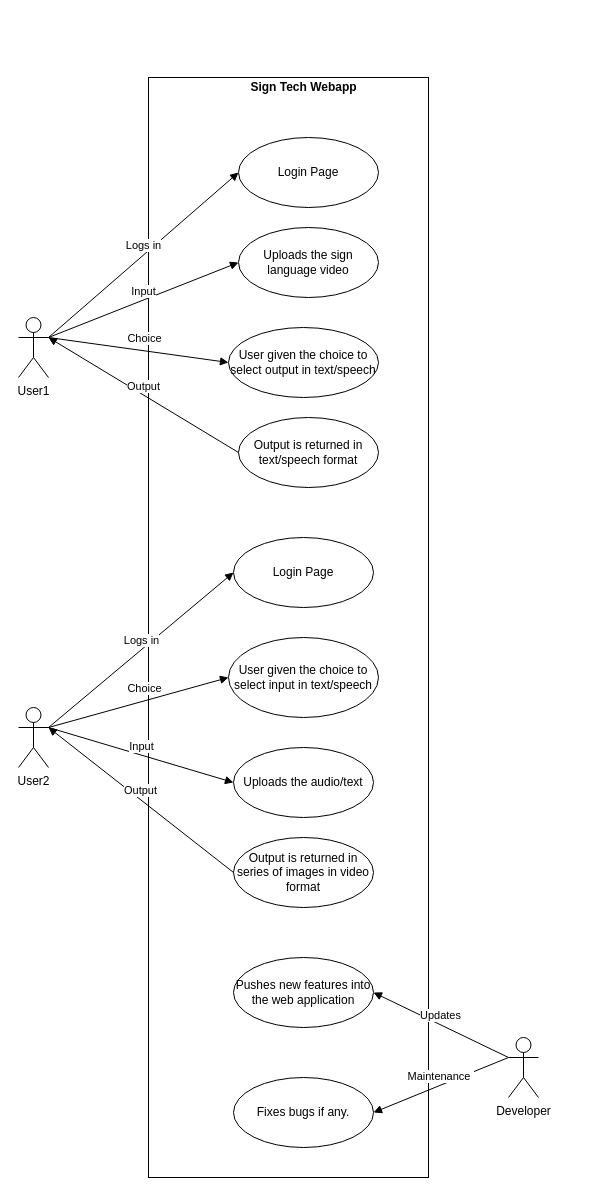
YatinBajajOP/SEPM keeps this draw.io diagram as page "Use Case diagram" (6 of 6) of Sign language detection project SDLC.drawio. Above is the earlier version. Source tidied: cells renumbered, new cells numbered last; positions are measured from the earlier drawing's top-left corner, leaving out a move shared by most shapes. Both pictures are drawn from the tidied source at 100%, with x=0, y=0 at pixel (18, 77).
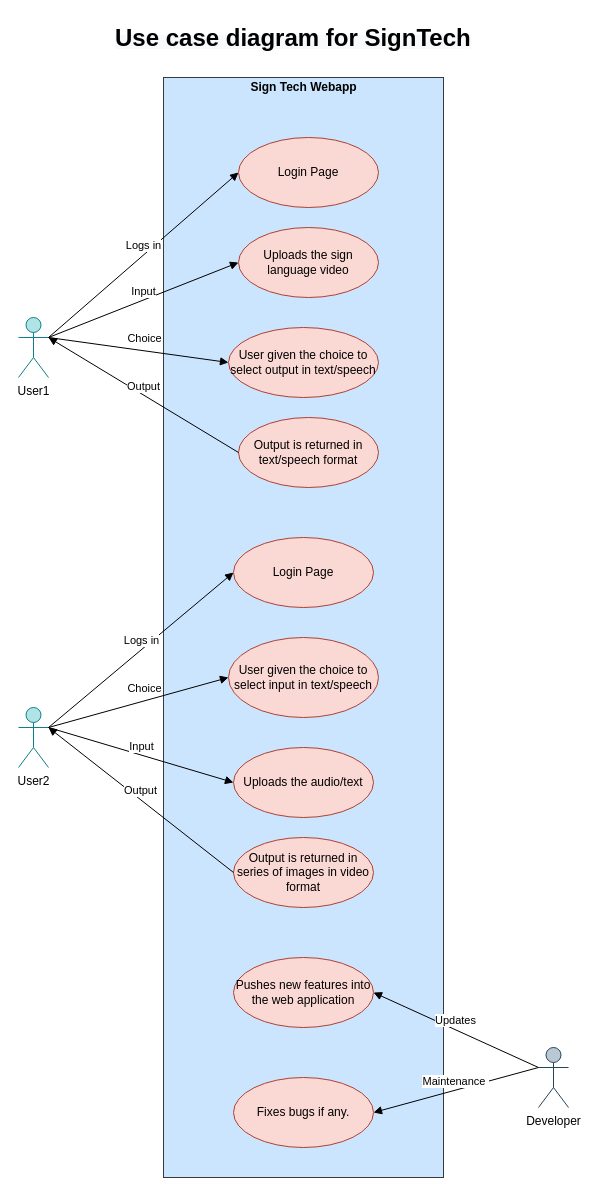
The same page after the edit.

What changed in the source:
```diff
@@
-    <mxCell id="2" style="html=1;" parent="1" vertex="1">
-      <mxGeometry x="130" width="280" height="1100" as="geometry" />
+    <mxCell id="2" style="html=1;fillColor=#cce5ff;strokeColor=#36393d;" parent="1" vertex="1">
+      <mxGeometry x="145" width="280" height="1100" as="geometry" />
     </mxCell>
-    <mxCell id="3" value="User1" style="shape=umlActor;verticalLabelPosition=bottom;verticalAlign=top;html=1;outlineConnect=0;" parent="1" vertex="1">
+    <mxCell id="3" value="User1" style="shape=umlActor;verticalLabelPosition=bottom;verticalAlign=top;html=1;outlineConnect=0;fillColor=#b0e3e6;strokeColor=#0e8088;" parent="1" vertex="1">
       <mxGeometry y="240" width="30" height="60" as="geometry" />
     </mxCell>
@@
-    <mxCell id="5" value="Login Page" style="ellipse;whiteSpace=wrap;html=1;" parent="1" vertex="1">
+    <mxCell id="5" value="Login Page" style="ellipse;whiteSpace=wrap;html=1;fillColor=#fad9d5;strokeColor=#ae4132;" parent="1" vertex="1">
       <mxGeometry x="220" y="60" width="140" height="70" as="geometry" />
     </mxCell>
-    <mxCell id="6" value="Uploads the sign language video" style="ellipse;whiteSpace=wrap;html=1;" parent="1" vertex="1">
+    <mxCell id="6" value="Uploads the sign language video" style="ellipse;whiteSpace=wrap;html=1;fillColor=#fad9d5;strokeColor=#ae4132;" parent="1" vertex="1">
       <mxGeometry x="220" y="150" width="140" height="70" as="geometry" />
     </mxCell>
-    <mxCell id="7" value="Output is returned in text/speech format" style="ellipse;whiteSpace=wrap;html=1;" parent="1" vertex="1">
+    <mxCell id="7" value="Output is returned in text/speech format" style="ellipse;whiteSpace=wrap;html=1;fillColor=#fad9d5;strokeColor=#ae4132;" parent="1" vertex="1">
       <mxGeometry x="220" y="340" width="140" height="70" as="geometry" />
     </mxCell>
-    <mxCell id="8" value="User given the choice to select output in text/speech" style="ellipse;whiteSpace=wrap;html=1;" parent="1" vertex="1">
+    <mxCell id="8" value="User given the choice to select output in text/speech" style="ellipse;whiteSpace=wrap;html=1;fillColor=#fad9d5;strokeColor=#ae4132;" parent="1" vertex="1">
       <mxGeometry x="210" y="250" width="150" height="70" as="geometry" />
     </mxCell>
@@
-    <mxCell id="13" value="User2" style="shape=umlActor;verticalLabelPosition=bottom;verticalAlign=top;html=1;outlineConnect=0;" parent="1" vertex="1">
+    <mxCell id="13" value="User2" style="shape=umlActor;verticalLabelPosition=bottom;verticalAlign=top;html=1;outlineConnect=0;fillColor=#b0e3e6;strokeColor=#0e8088;" parent="1" vertex="1">
       <mxGeometry y="630" width="30" height="60" as="geometry" />
     </mxCell>
-    <mxCell id="14" value="Login Page" style="ellipse;whiteSpace=wrap;html=1;" parent="1" vertex="1">
+    <mxCell id="14" value="Login Page" style="ellipse;whiteSpace=wrap;html=1;fillColor=#fad9d5;strokeColor=#ae4132;" parent="1" vertex="1">
       <mxGeometry x="215" y="460" width="140" height="70" as="geometry" />
     </mxCell>
-    <mxCell id="15" value="Uploads the audio/text" style="ellipse;whiteSpace=wrap;html=1;" parent="1" vertex="1">
+    <mxCell id="15" value="Uploads the audio/text" style="ellipse;whiteSpace=wrap;html=1;fillColor=#fad9d5;strokeColor=#ae4132;" parent="1" vertex="1">
       <mxGeometry x="215" y="670" width="140" height="70" as="geometry" />
     </mxCell>
-    <mxCell id="16" value="Output is returned in series of images in video format" style="ellipse;whiteSpace=wrap;html=1;" parent="1" vertex="1">
+    <mxCell id="16" value="Output is returned in series of images in video format" style="ellipse;whiteSpace=wrap;html=1;fillColor=#fad9d5;strokeColor=#ae4132;" parent="1" vertex="1">
       <mxGeometry x="215" y="760" width="140" height="70" as="geometry" />
     </mxCell>
-    <mxCell id="17" value="User given the choice to select input in text/speech" style="ellipse;whiteSpace=wrap;html=1;" parent="1" vertex="1">
+    <mxCell id="17" value="User given the choice to select input in text/speech" style="ellipse;whiteSpace=wrap;html=1;fillColor=#fad9d5;strokeColor=#ae4132;" parent="1" vertex="1">
       <mxGeometry x="210" y="560" width="150" height="80" as="geometry" />
     </mxCell>
@@
-    <mxCell id="22" value="Developer" style="shape=umlActor;verticalLabelPosition=bottom;verticalAlign=top;html=1;" parent="1" vertex="1">
-      <mxGeometry x="490" y="960" width="30" height="60" as="geometry" />
+    <mxCell id="22" value="Developer" style="shape=umlActor;verticalLabelPosition=bottom;verticalAlign=top;html=1;fillColor=#bac8d3;strokeColor=#23445d;" parent="1" vertex="1">
+      <mxGeometry x="520" y="970" width="30" height="60" as="geometry" />
     </mxCell>
-    <mxCell id="23" value="Pushes new features into the web application" style="ellipse;whiteSpace=wrap;html=1;" parent="1" vertex="1">
+    <mxCell id="23" value="Pushes new features into the web application" style="ellipse;whiteSpace=wrap;html=1;fillColor=#fad9d5;strokeColor=#ae4132;" parent="1" vertex="1">
       <mxGeometry x="215" y="880" width="140" height="70" as="geometry" />
     </mxCell>
-    <mxCell id="24" value="Fixes bugs if any." style="ellipse;whiteSpace=wrap;html=1;" parent="1" vertex="1">
+    <mxCell id="24" value="Fixes bugs if any." style="ellipse;whiteSpace=wrap;html=1;fillColor=#fad9d5;strokeColor=#ae4132;" parent="1" vertex="1">
       <mxGeometry x="215" y="1000" width="140" height="70" as="geometry" />
     </mxCell>
@@
+    <mxCell id="27" value="&lt;b style=&quot;color: rgb(0 , 0 , 0) ; font-family: &amp;#34;helvetica&amp;#34; ; font-size: 12px ; font-style: normal ; letter-spacing: normal ; text-align: center ; text-indent: 0px ; text-transform: none ; word-spacing: 0px ; background-color: rgb(248 , 249 , 250)&quot;&gt;&lt;font style=&quot;font-size: 24px&quot;&gt;Use case diagram for SignTech&lt;/font&gt;&lt;/b&gt;" style="text;whiteSpace=wrap;html=1;" parent="1" vertex="1">
+      <mxGeometry x="95" y="-60" width="390" height="30" as="geometry" />
+    </mxCell>
```
